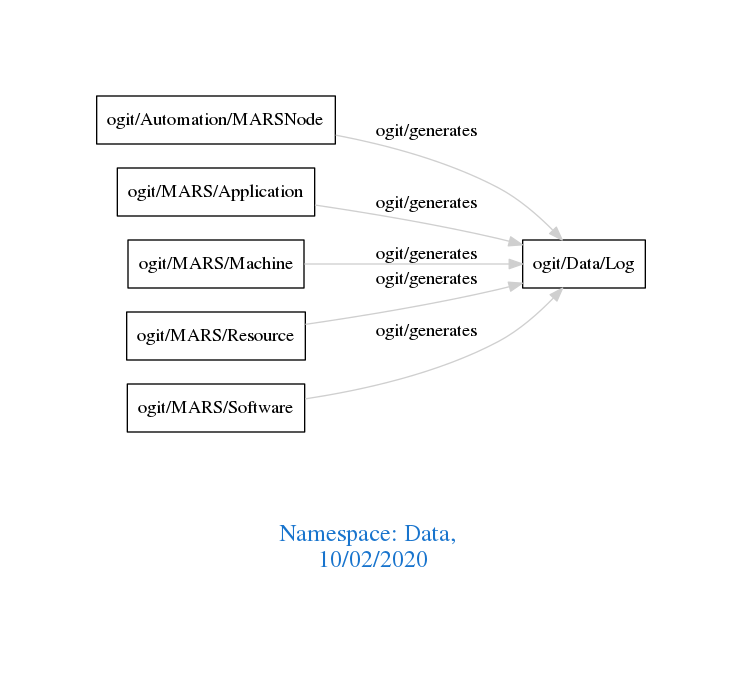
Earlier version of the Graphviz export downloads/Data.png (arago/OGIT). Its source is kept beside it as downloads/Data.dot.
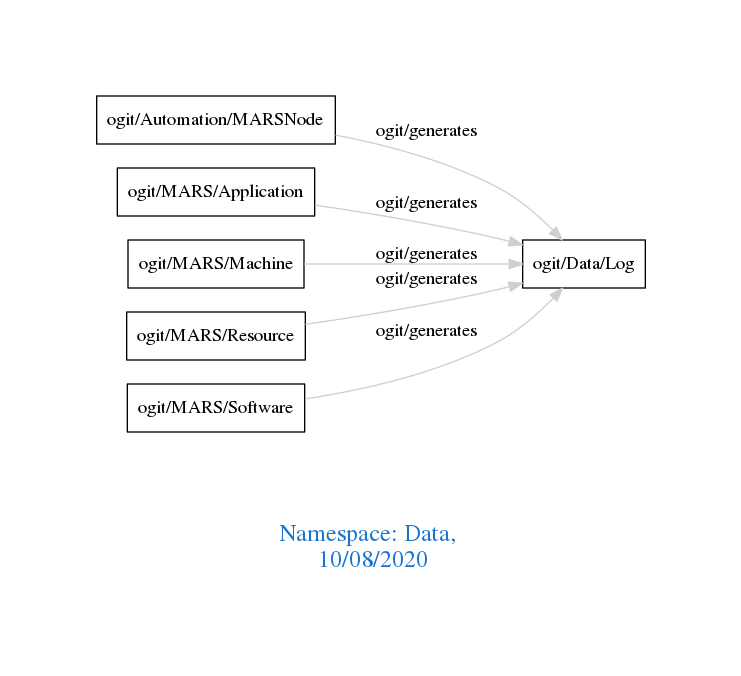
The same file after the commit.

Change to the diagram source:
```diff
@@ -1,7 +1,7 @@
 digraph OGIT_ontology {
  graph [ rankdir= LR,pad=1
 fontsize = 18,
-fontcolor= dodgerblue3,label = "\n\n\nNamespace: Data, \n 10/02/2020"];
+fontcolor= dodgerblue3,label = "\n\n\nNamespace: Data, \n 10/08/2020"];
 node[shape=polygon];
 edge [  color="gray81"];
 
```
